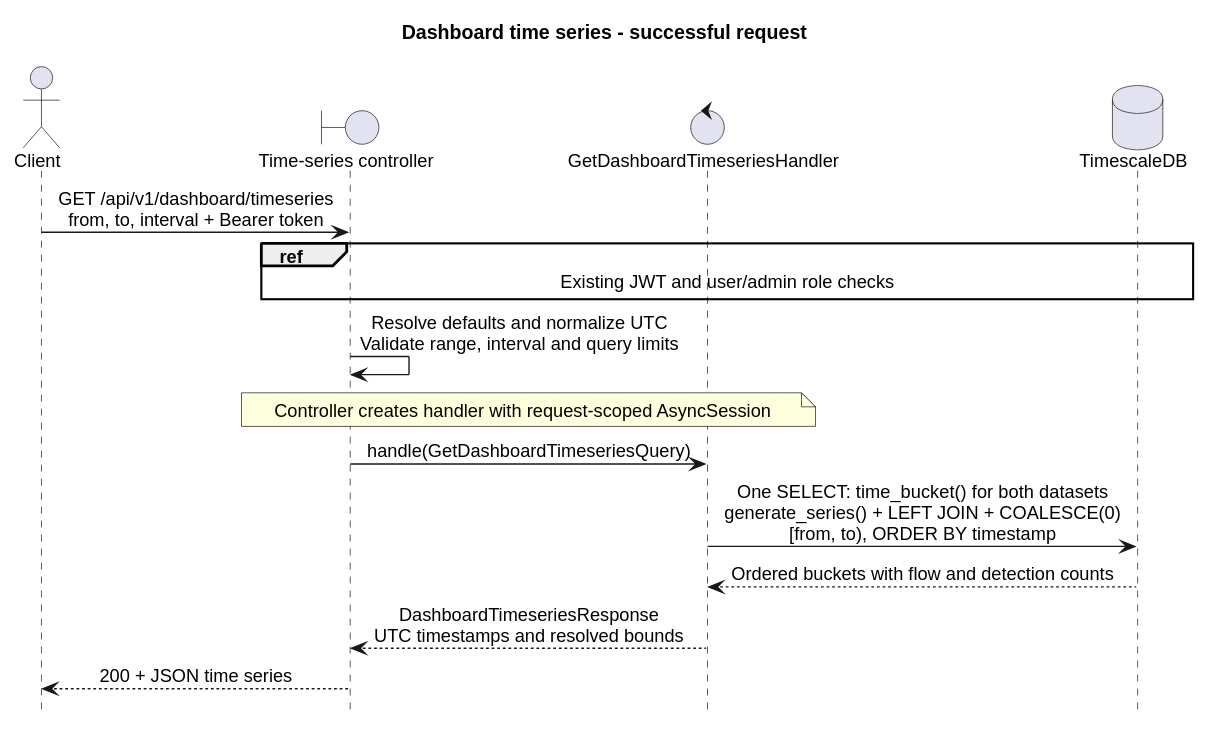
The PlantUML diagram Docs/ManagementAPI/dashboard/diagrams/timeseries_sequence.svg in k1borg32/Netguard, before a commit. Its diagram source:
```plantuml
@startuml
title Dashboard time series - successful request
skinparam backgroundColor white
skinparam shadowing false
skinparam defaultFontName Arial
skinparam defaultFontSize 13
skinparam sequenceMessageAlign center
hide footbox

actor Client
boundary "Time-series controller" as API
control GetDashboardTimeseriesHandler as Handler
database TimescaleDB as DB

Client -> API : GET /api/v1/dashboard/timeseries\nfrom, to, interval + Bearer token
ref over API,DB : Existing JWT and user/admin role checks
API -> API : Resolve defaults and normalize UTC\nValidate range, interval and query limits
note over API,Handler : Controller creates handler with request-scoped AsyncSession
API -> Handler : handle(GetDashboardTimeseriesQuery)
Handler -> DB : One SELECT: time_bucket() for both datasets\ngenerate_series() + LEFT JOIN + COALESCE(0)\n[from, to), ORDER BY timestamp
DB --> Handler : Ordered buckets with flow and detection counts
Handler --> API : DashboardTimeseriesResponse\nUTC timestamps and resolved bounds
API --> Client : 200 + JSON time series
@enduml
```
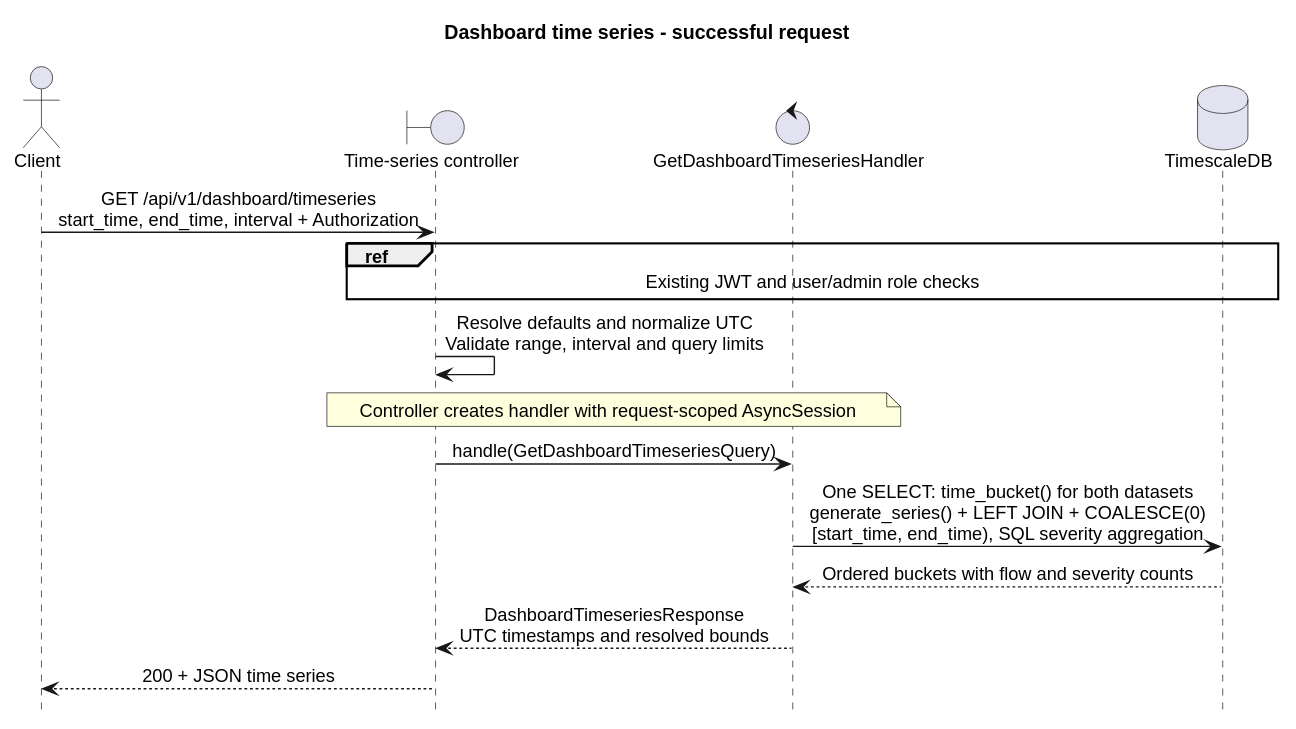
The same diagram one commit later.

Diff of the diagram source:
```diff
@@ -12,13 +12,13 @@
 control GetDashboardTimeseriesHandler as Handler
 database TimescaleDB as DB
 
-Client -> API : GET /api/v1/dashboard/timeseries\nfrom, to, interval + Bearer token
+Client -> API : GET /api/v1/dashboard/timeseries\nstart_time, end_time, interval + Authorization
 ref over API,DB : Existing JWT and user/admin role checks
 API -> API : Resolve defaults and normalize UTC\nValidate range, interval and query limits
 note over API,Handler : Controller creates handler with request-scoped AsyncSession
 API -> Handler : handle(GetDashboardTimeseriesQuery)
-Handler -> DB : One SELECT: time_bucket() for both datasets\ngenerate_series() + LEFT JOIN + COALESCE(0)\n[from, to), ORDER BY timestamp
-DB --> Handler : Ordered buckets with flow and detection counts
+Handler -> DB : One SELECT: time_bucket() for both datasets\ngenerate_series() + LEFT JOIN + COALESCE(0)\n[start_time, end_time), SQL severity aggregation
+DB --> Handler : Ordered buckets with flow and severity counts
 Handler --> API : DashboardTimeseriesResponse\nUTC timestamps and resolved bounds
 API --> Client : 200 + JSON time series
 @enduml
```
